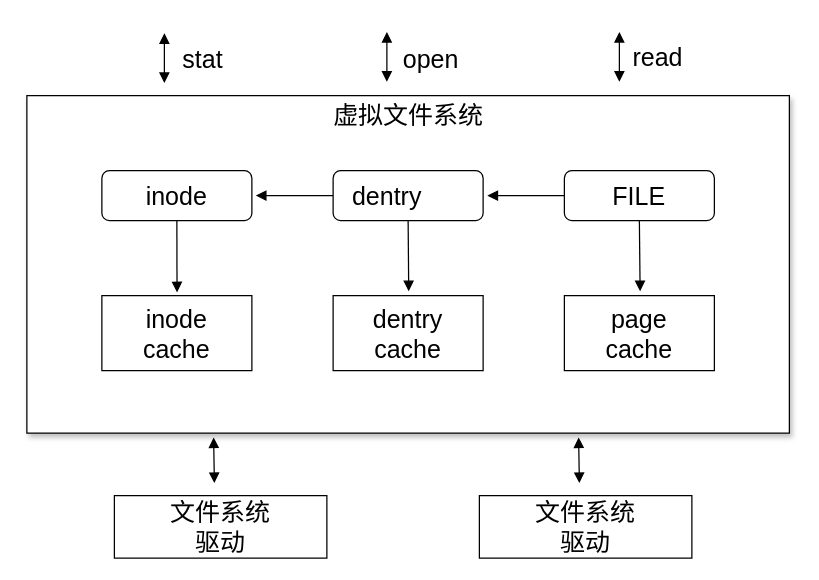
Earlier version of the draw.io diagram img/lectures/Virtual_Filesystem_Switch.dio (linux-kernel-labs-zh/docs-linux-kernel-labs-zh-cn). Source tidied: cells renumbered, new cells numbered last; positions are measured from the earlier drawing's top-left corner, leaving out a move shared by most shapes. Both pictures are drawn from the tidied source at 125%, with x=0, y=0 at pixel (26, 31).
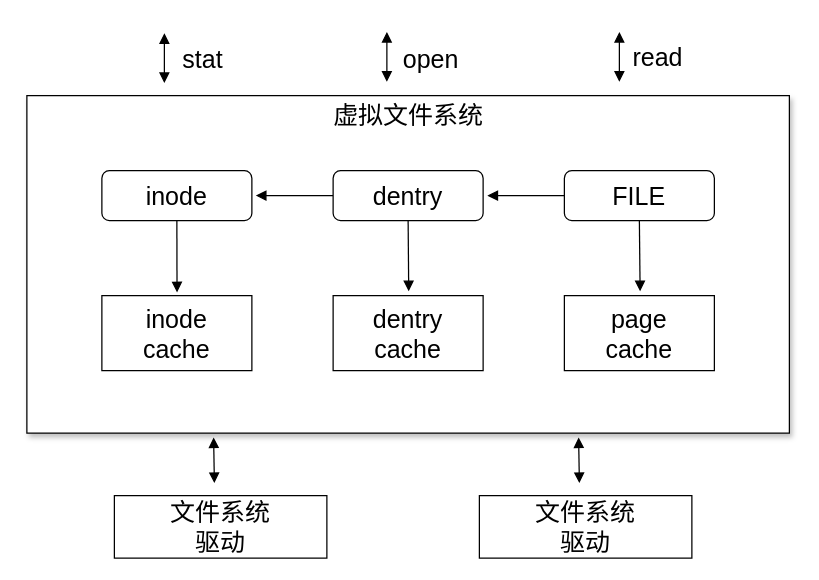
After the change.

Change to the diagram source:
```diff
@@
-    <mxCell id="9" value="dentry&lt;span style=&quot;white-space: pre;&quot;&gt;&#9;&lt;/span&gt;" style="rounded=1;whiteSpace=wrap;html=1;fontSize=20;" parent="1" vertex="1">
+    <mxCell id="9" value="dentry" style="rounded=1;whiteSpace=wrap;html=1;fontSize=20;labelPosition=center;verticalLabelPosition=middle;align=center;verticalAlign=middle;" parent="1" vertex="1">
       <mxGeometry x="245" y="111" width="120" height="40" as="geometry" />
     </mxCell>
```
